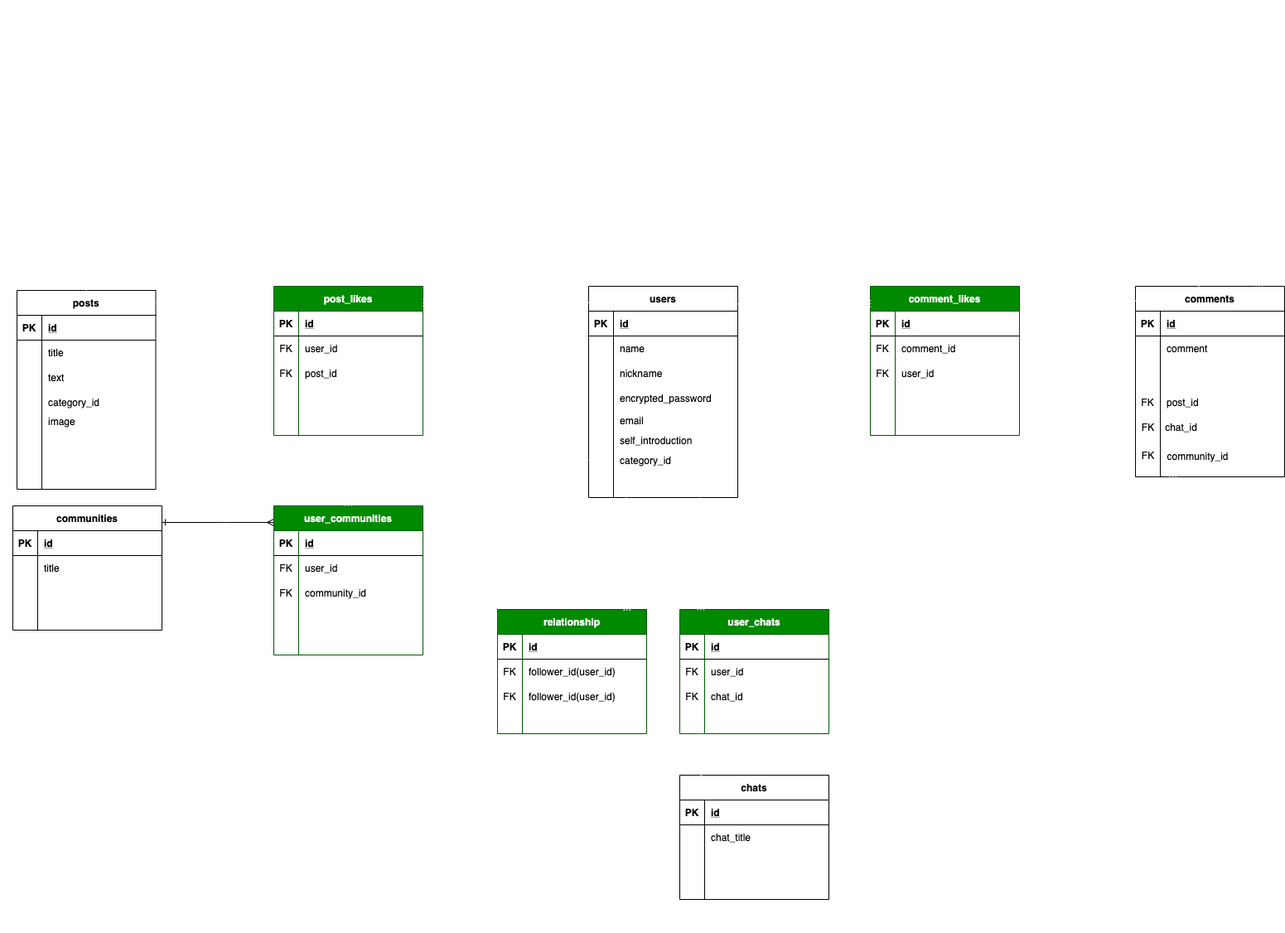
The draw.io diagram app/space.drawio.png in Tsutomu-sasaki1/space1, before a commit. Source tidied: cells renumbered, new cells last; positions are measured from the earlier drawing's top-left corner, leaving out a move shared by most shapes.
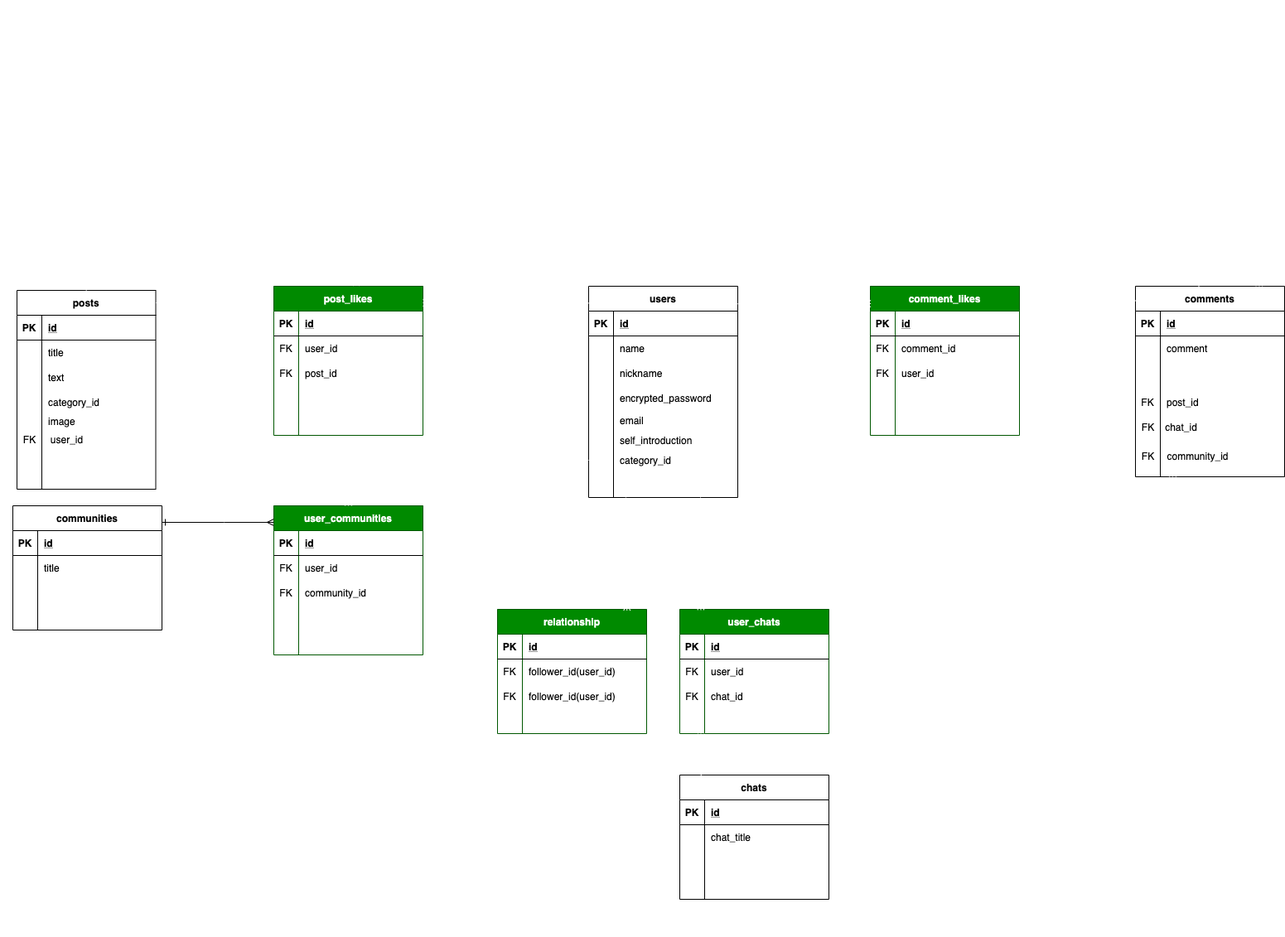
After the commit.

Diff of the diagram source:
```diff
@@ -347,6 +347,12 @@
     <mxCell id="113" value="category_id" style="shape=partialRectangle;fillColor=none;top=0;left=0;bottom=0;right=0;align=left;spacingLeft=6;overflow=hidden;" parent="111" vertex="1">
       <mxGeometry x="30" width="137.5" height="30" as="geometry" />
     </mxCell>
+    <mxCell id="173" value="user_id" style="text;html=1;align=center;verticalAlign=middle;" parent="96" vertex="1">
+      <mxGeometry x="55" y="205" width="50" height="20" as="geometry" />
+    </mxCell>
+    <mxCell id="174" value="FK" style="text;html=1;align=center;verticalAlign=middle;" parent="96" vertex="1">
+      <mxGeometry x="20" y="205" width="30" height="20" as="geometry" />
+    </mxCell>
     <mxCell id="114" style="endArrow=ERmany;html=1;rounded=0;strokeColor=#FFFFFF;strokeWidth=1;endFill=0;startArrow=ERone;startFill=0;edgeStyle=elbowEdgeStyle;elbow=vertical;exitX=0.5;exitY=0;exitDx=0;exitDy=0;entryX=0.829;entryY=-0.001;entryDx=0;entryDy=0;entryPerimeter=0;" parent="1" edge="1" source="101" target="18">
       <mxGeometry relative="1" as="geometry">
         <Array as="points">
```
